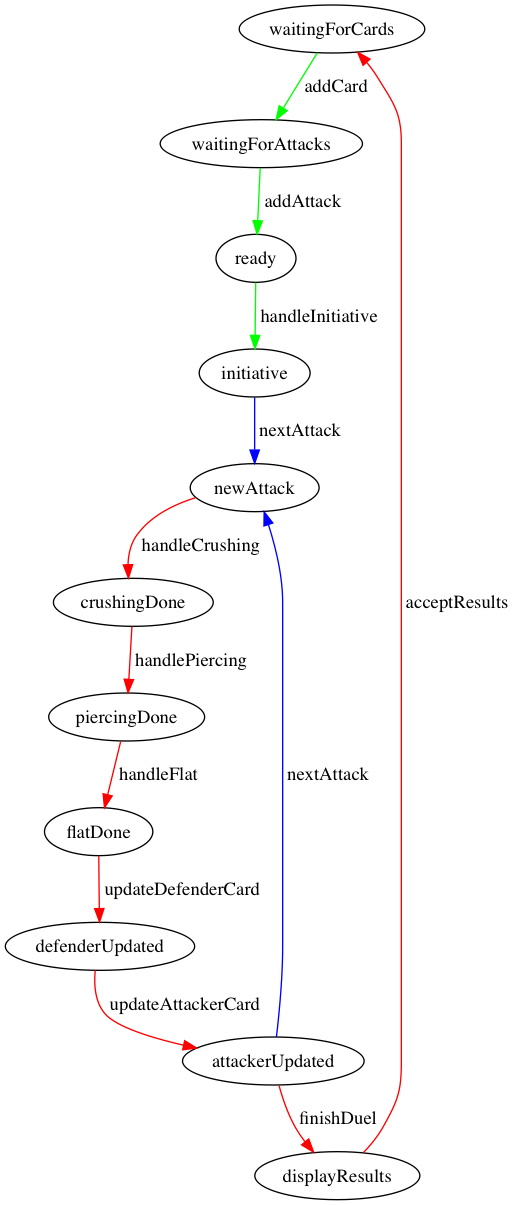
The Graphviz diagram StateMachineDiagrams/Duel.png in Bozo-Games/Squad-Duel-Server, before a commit. Its source is kept beside it as StateMachineDiagrams/dotFiles/Duel.dot.
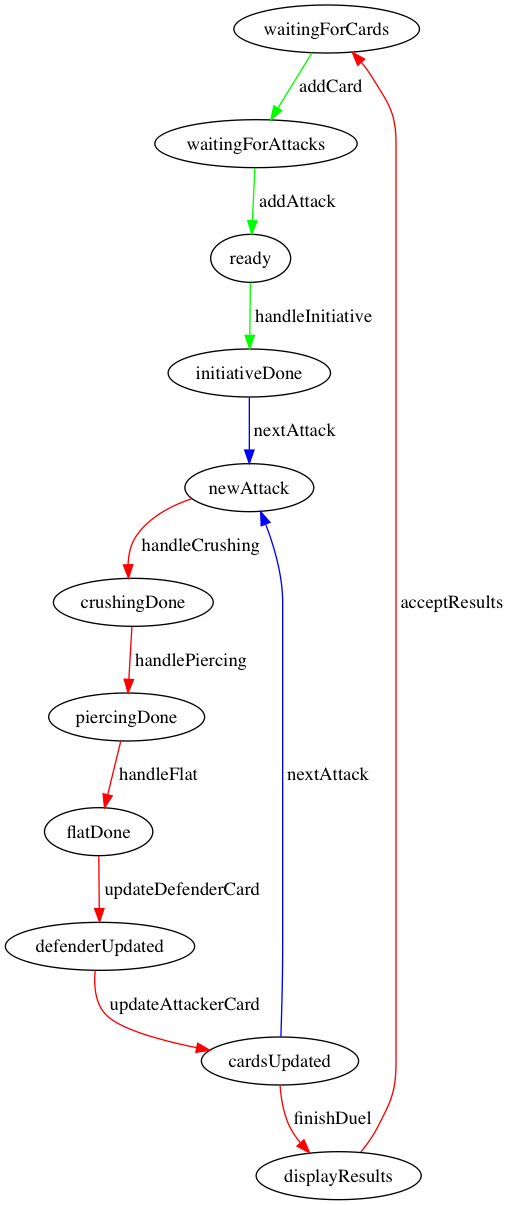
Later version of the same file.

What changed in the source:
```diff
@@ -2,9 +2,9 @@
   "waitingForCards";
   "waitingForAttacks";
   "ready";
-  "initiative";
+  "initiativeDone";
   "newAttack";
-  "attackerUpdated";
+  "cardsUpdated";
   "crushingDone";
   "piercingDone";
   "flatDone";
@@ -12,14 +12,14 @@
   "displayResults";
   "waitingForCards" -> "waitingForAttacks" [ color="green" ; label=" addCard " ];
   "waitingForAttacks" -> "ready" [ color="green" ; label=" addAttack " ];
-  "ready" -> "initiative" [ color="green" ; label=" handleInitiative " ];
-  "initiative" -> "newAttack" [ color="blue" ; label=" nextAttack " ];
-  "attackerUpdated" -> "newAttack" [ color="blue" ; label=" nextAttack " ];
+  "ready" -> "initiativeDone" [ color="green" ; label=" handleInitiative " ];
+  "initiativeDone" -> "newAttack" [ color="blue" ; label=" nextAttack " ];
+  "cardsUpdated" -> "newAttack" [ color="blue" ; label=" nextAttack " ];
   "newAttack" -> "crushingDone" [ color="red" ; label=" handleCrushing " ];
   "crushingDone" -> "piercingDone" [ color="red" ; label=" handlePiercing " ];
   "piercingDone" -> "flatDone" [ color="red" ; label=" handleFlat " ];
   "flatDone" -> "defenderUpdated" [ color="red" ; label=" updateDefenderCard " ];
-  "defenderUpdated" -> "attackerUpdated" [ color="red" ; label=" updateAttackerCard " ];
-  "attackerUpdated" -> "displayResults" [ color="red" ; label=" finishDuel " ];
+  "defenderUpdated" -> "cardsUpdated" [ color="red" ; label=" updateAttackerCard " ];
+  "cardsUpdated" -> "displayResults" [ color="red" ; label=" finishDuel " ];
   "displayResults" -> "waitingForCards" [ color="red" ; label=" acceptResults " ];
 }
```
